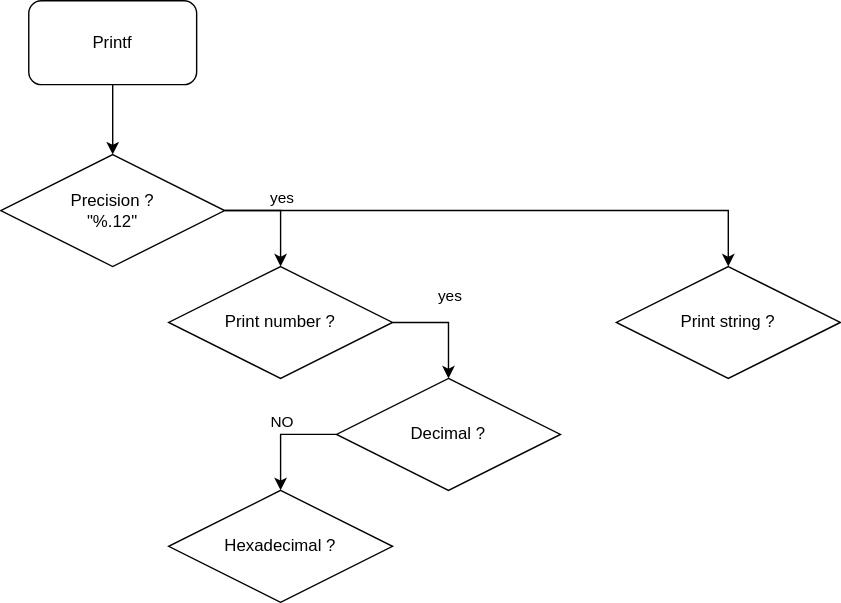
Before: drawio/printf.drawio.svg, a diagram exported from draw.io (t-h2o/42-printf). Source tidied: cells renumbered, new cells last; positions are measured from the earlier drawing's top-left corner, leaving out a move shared by most shapes.
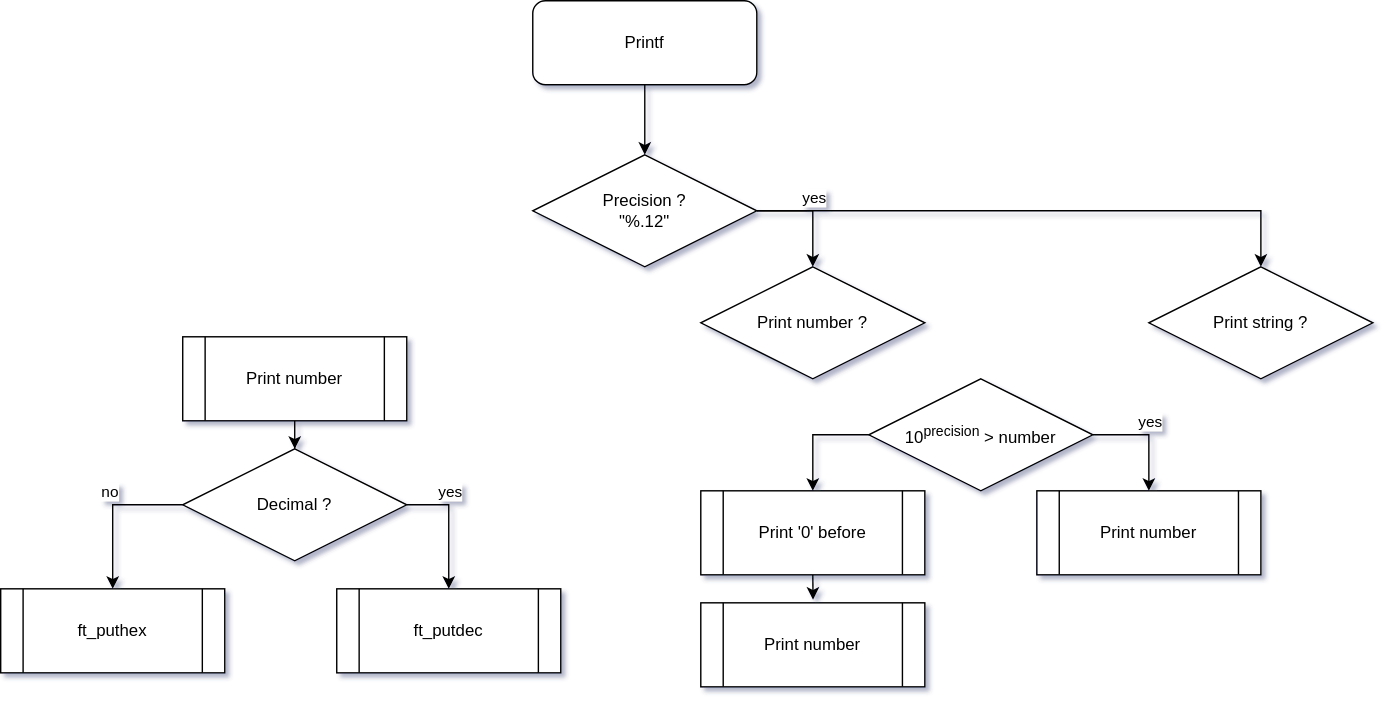
After the commit.

The edit, as a diff of the source:
```diff
@@ -1,4 +1,4 @@
-<mxGraphModel>
+<mxGraphModel shadow="1">
   <root>
     <mxCell id="0" />
     <mxCell id="1" parent="0" />
@@ -6,37 +6,11 @@
       <mxGeometry relative="1" as="geometry" />
     </mxCell>
     <mxCell id="3" value="Printf" style="rounded=1;whiteSpace=wrap;html=1;" parent="1" vertex="1">
-      <mxGeometry x="20" width="120" height="60" as="geometry" />
+      <mxGeometry width="160" height="60" as="geometry" />
     </mxCell>
-    <mxCell id="4" style="edgeStyle=orthogonalEdgeStyle;rounded=0;jettySize=auto;html=1;entryX=0.5;entryY=0;entryDx=0;entryDy=0;" parent="1" edge="1" source="6" target="9">
-      <mxGeometry relative="1" as="geometry">
-        <Array as="points">
-          <mxPoint x="320" y="230" />
-        </Array>
-      </mxGeometry>
-    </mxCell>
-    <mxCell id="5" value="yes" style="edgeLabel;html=1;align=center;verticalAlign=middle;" parent="4" vertex="1">
-      <mxGeometry x="-0.25" y="-1" relative="1" as="geometry">
-        <mxPoint x="10" y="-21" as="offset" />
-      </mxGeometry>
-    </mxCell>
     <mxCell id="6" value="Print number ?" style="rhombus;whiteSpace=wrap;html=1;" parent="1" vertex="1">
       <mxGeometry x="120" y="190" width="160" height="80" as="geometry" />
     </mxCell>
-    <mxCell id="7" style="edgeStyle=orthogonalEdgeStyle;rounded=0;jettySize=auto;html=1;exitX=0;exitY=0.5;exitDx=0;exitDy=0;entryX=0.5;entryY=0;entryDx=0;entryDy=0;" parent="1" edge="1" source="9" target="10">
-      <mxGeometry relative="1" as="geometry" />
-    </mxCell>
-    <mxCell id="8" value="NO" style="edgeLabel;html=1;align=center;verticalAlign=middle;" parent="7" vertex="1">
-      <mxGeometry x="-0.15" y="1" relative="1" as="geometry">
-        <mxPoint x="-6" y="-11" as="offset" />
-      </mxGeometry>
-    </mxCell>
-    <mxCell id="9" value="Decimal ?" style="rhombus;whiteSpace=wrap;html=1;" parent="1" vertex="1">
-      <mxGeometry x="240" y="270" width="160" height="80" as="geometry" />
-    </mxCell>
-    <mxCell id="10" value="Hexadecimal ?" style="rhombus;whiteSpace=wrap;html=1;" parent="1" vertex="1">
-      <mxGeometry x="120" y="350" width="160" height="80" as="geometry" />
-    </mxCell>
     <mxCell id="11" style="edgeStyle=orthogonalEdgeStyle;rounded=0;jettySize=auto;html=1;exitX=1;exitY=0.5;exitDx=0;exitDy=0;" parent="1" edge="1" source="15">
       <mxGeometry relative="1" as="geometry">
         <mxPoint x="160.2" y="150.2" as="targetPoint" />
@@ -59,5 +33,62 @@
     <mxCell id="16" value="Print string ?" style="rhombus;whiteSpace=wrap;html=1;" parent="1" vertex="1">
       <mxGeometry x="440" y="190" width="160" height="80" as="geometry" />
     </mxCell>
+    <mxCell id="17" style="edgeStyle=orthogonalEdgeStyle;rounded=0;jettySize=auto;html=1;exitX=0.5;exitY=1;exitDx=0;exitDy=0;" parent="1" edge="1" source="18" target="9">
+      <mxGeometry relative="1" as="geometry" />
+    </mxCell>
+    <mxCell id="18" value="Print number" style="shape=process;whiteSpace=wrap;html=1;backgroundOutline=1;" parent="1" vertex="1">
+      <mxGeometry x="-250" y="240" width="160" height="60" as="geometry" />
+    </mxCell>
+    <mxCell id="19" style="edgeStyle=orthogonalEdgeStyle;rounded=0;jettySize=auto;html=1;exitX=0;exitY=0.5;exitDx=0;exitDy=0;entryX=0.5;entryY=0;entryDx=0;entryDy=0;" parent="1" edge="1" source="9" target="32">
+      <mxGeometry relative="1" as="geometry" />
+    </mxCell>
+    <mxCell id="20" value="no" style="edgeLabel;html=1;align=center;verticalAlign=middle;" parent="19" vertex="1">
+      <mxGeometry x="-0.15" y="1" relative="1" as="geometry">
+        <mxPoint x="-6" y="-11" as="offset" />
+      </mxGeometry>
+    </mxCell>
+    <mxCell id="21" style="edgeStyle=orthogonalEdgeStyle;rounded=0;jettySize=auto;html=1;exitX=1;exitY=0.5;exitDx=0;exitDy=0;entryX=0.5;entryY=0;entryDx=0;entryDy=0;" parent="1" edge="1" source="9" target="31">
+      <mxGeometry relative="1" as="geometry" />
+    </mxCell>
+    <mxCell id="22" value="yes" style="edgeLabel;html=1;align=center;verticalAlign=middle;" parent="21" vertex="1">
+      <mxGeometry x="-0.35" y="3" relative="1" as="geometry">
+        <mxPoint x="1" y="-7" as="offset" />
+      </mxGeometry>
+    </mxCell>
+    <mxCell id="9" value="Decimal ?" style="rhombus;whiteSpace=wrap;html=1;" parent="1" vertex="1">
+      <mxGeometry x="-250" y="320" width="160" height="80" as="geometry" />
+    </mxCell>
+    <mxCell id="23" style="edgeStyle=orthogonalEdgeStyle;rounded=0;jettySize=auto;html=1;exitX=0.5;exitY=1;exitDx=0;exitDy=0;entryX=0.501;entryY=-0.037;entryDx=0;entryDy=0;entryPerimeter=0;" parent="1" edge="1" source="24" target="29">
+      <mxGeometry relative="1" as="geometry" />
+    </mxCell>
+    <mxCell id="24" value="Print '0' before" style="shape=process;whiteSpace=wrap;html=1;backgroundOutline=1;" parent="1" vertex="1">
+      <mxGeometry x="120" y="350" width="160" height="60" as="geometry" />
+    </mxCell>
+    <mxCell id="25" style="edgeStyle=orthogonalEdgeStyle;rounded=0;jettySize=auto;html=1;exitX=0;exitY=0.5;exitDx=0;exitDy=0;entryX=0.5;entryY=0;entryDx=0;entryDy=0;" parent="1" edge="1" source="28" target="24">
+      <mxGeometry relative="1" as="geometry" />
+    </mxCell>
+    <mxCell id="26" style="edgeStyle=orthogonalEdgeStyle;rounded=0;jettySize=auto;html=1;exitX=1;exitY=0.5;exitDx=0;exitDy=0;entryX=0.5;entryY=0;entryDx=0;entryDy=0;" parent="1" edge="1" source="28" target="30">
+      <mxGeometry relative="1" as="geometry" />
+    </mxCell>
+    <mxCell id="27" value="yes" style="edgeLabel;html=1;align=center;verticalAlign=middle;" parent="26" vertex="1">
+      <mxGeometry x="-0.06" y="1" relative="1" as="geometry">
+        <mxPoint x="2" y="-9" as="offset" />
+      </mxGeometry>
+    </mxCell>
+    <mxCell id="28" value="10&lt;sup&gt;precision&lt;/sup&gt; &amp;gt; number" style="rhombus;whiteSpace=wrap;html=1;" parent="1" vertex="1">
+      <mxGeometry x="240" y="270" width="160" height="80" as="geometry" />
+    </mxCell>
+    <mxCell id="29" value="Print number" style="shape=process;whiteSpace=wrap;html=1;backgroundOutline=1;" parent="1" vertex="1">
+      <mxGeometry x="120" y="430" width="160" height="60" as="geometry" />
+    </mxCell>
+    <mxCell id="30" value="Print number" style="shape=process;whiteSpace=wrap;html=1;backgroundOutline=1;" parent="1" vertex="1">
+      <mxGeometry x="360" y="350" width="160" height="60" as="geometry" />
+    </mxCell>
+    <mxCell id="31" value="ft_putdec" style="shape=process;whiteSpace=wrap;html=1;backgroundOutline=1;" parent="1" vertex="1">
+      <mxGeometry x="-140" y="420" width="160" height="60" as="geometry" />
+    </mxCell>
+    <mxCell id="32" value="ft_puthex" style="shape=process;whiteSpace=wrap;html=1;backgroundOutline=1;" parent="1" vertex="1">
+      <mxGeometry x="-380" y="420" width="160" height="60" as="geometry" />
+    </mxCell>
   </root>
 </mxGraphModel>
```
